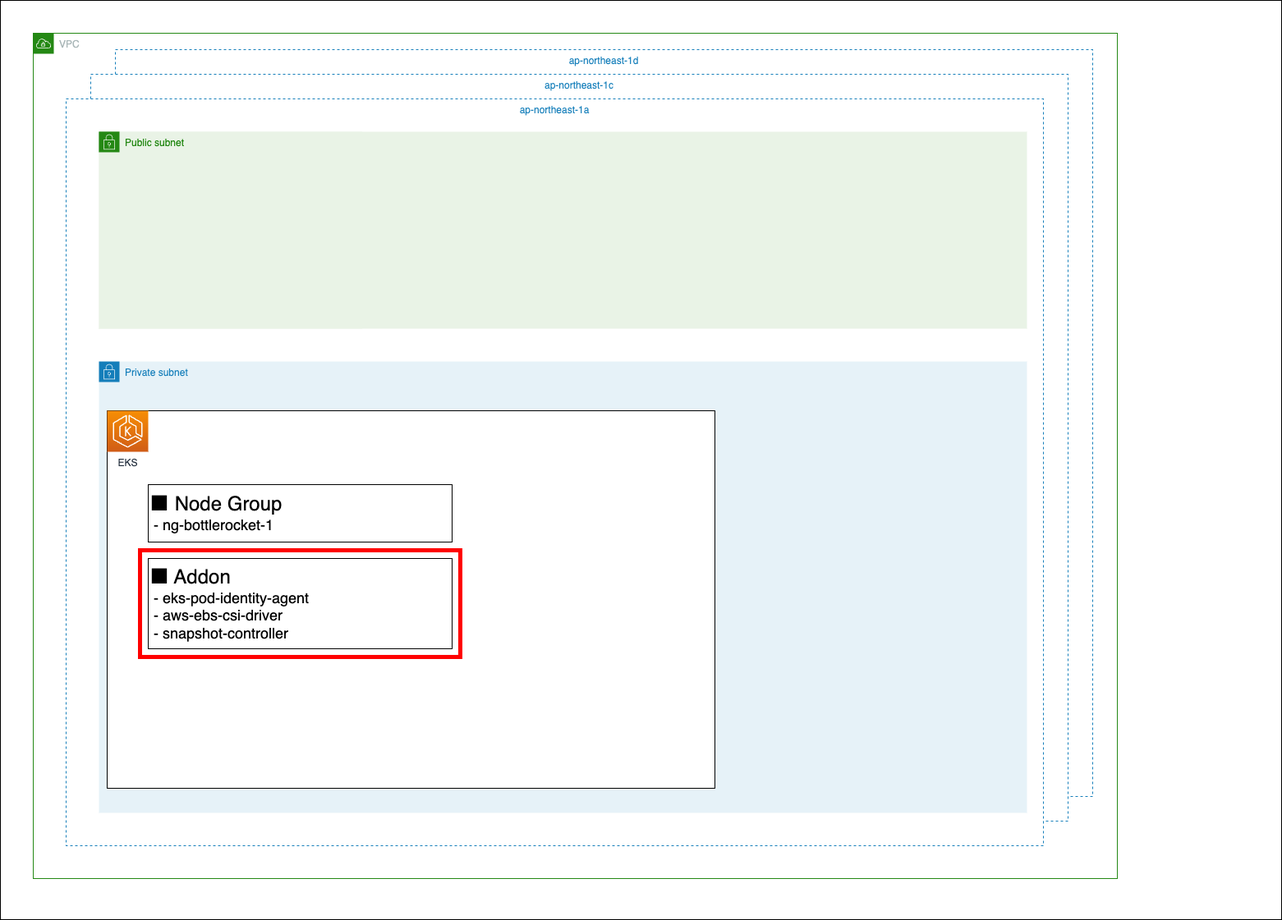
Before: docs/drawio/chapter_06/architecture.drawio.png, a diagram exported from draw.io (ng3rdstmadgke/terraform-tutorial-eks). Source tidied: cells renumbered, new cells last; positions are measured from the earlier drawing's top-left corner, leaving out a move shared by most shapes. The source it was exported from:
```xml
<mxGraphModel>
  <root>
    <mxCell id="0" />
    <mxCell id="1" parent="0" />
    <mxCell id="2" style="rounded=0;whiteSpace=wrap;html=1;" parent="1" vertex="1">
      <mxGeometry width="1560" height="1120" as="geometry" />
    </mxCell>
    <mxCell id="3" value="VPC" style="gradientColor=none;html=1;whiteSpace=wrap;fontSize=12;fontStyle=0;shape=mxgraph.aws4.group;grIcon=mxgraph.aws4.group_vpc;strokeColor=#248814;fillColor=none;verticalAlign=top;align=left;spacingLeft=30;fontColor=#AAB7B8;dashed=0;" parent="1" vertex="1">
      <mxGeometry x="40" y="40" width="1320" height="1030" as="geometry" />
    </mxCell>
    <mxCell id="4" value="ap-northeast-1d" style="fillColor=#FFFFFF;strokeColor=#147EBA;dashed=1;verticalAlign=top;fontStyle=0;fontColor=#147EBA;" parent="1" vertex="1">
      <mxGeometry x="140" y="60" width="1190" height="910" as="geometry" />
    </mxCell>
    <mxCell id="5" value="ap-northeast-1c" style="fillColor=#FFFFFF;strokeColor=#147EBA;dashed=1;verticalAlign=top;fontStyle=0;fontColor=#147EBA;" parent="1" vertex="1">
      <mxGeometry x="110" y="90" width="1190" height="910" as="geometry" />
    </mxCell>
    <mxCell id="6" value="ap-northeast-1a" style="fillColor=#FFFFFF;strokeColor=#147EBA;dashed=1;verticalAlign=top;fontStyle=0;fontColor=#147EBA;" parent="1" vertex="1">
      <mxGeometry x="80" y="120" width="1190" height="910" as="geometry" />
    </mxCell>
    <mxCell id="7" value="Public subnet" style="gradientColor=none;html=1;whiteSpace=wrap;fontSize=12;fontStyle=0;shape=mxgraph.aws4.group;grIcon=mxgraph.aws4.group_security_group;grStroke=0;strokeColor=#248814;fillColor=#E9F3E6;verticalAlign=top;align=left;spacingLeft=30;fontColor=#248814;dashed=0;" parent="1" vertex="1">
      <mxGeometry x="120" y="160" width="320" height="240" as="geometry" />
    </mxCell>
    <mxCell id="8" value="Private subnet" style="gradientColor=none;html=1;whiteSpace=wrap;fontSize=12;fontStyle=0;shape=mxgraph.aws4.group;grIcon=mxgraph.aws4.group_security_group;grStroke=0;strokeColor=#147EBA;fillColor=#E6F2F8;verticalAlign=top;align=left;spacingLeft=30;fontColor=#147EBA;dashed=0;" parent="1" vertex="1">
      <mxGeometry x="120" y="440" width="1130" height="550" as="geometry" />
    </mxCell>
    <mxCell id="9" style="verticalLabelPosition=bottom;verticalAlign=top;html=1;shape=mxgraph.basic.rect;fillColor2=none;strokeWidth=1;size=20;indent=5;" parent="1" vertex="1">
      <mxGeometry x="130" y="500" width="740" height="460" as="geometry" />
    </mxCell>
    <mxCell id="10" value="EKS" style="sketch=0;fontColor=#232F3E;gradientColor=#F78E04;gradientDirection=north;fillColor=#D05C17;strokeColor=#ffffff;dashed=0;verticalLabelPosition=bottom;verticalAlign=top;align=center;html=1;fontSize=12;fontStyle=0;shape=mxgraph.aws4.resourceIcon;resIcon=mxgraph.aws4.eks;" parent="1" vertex="1">
      <mxGeometry x="130" y="500" width="50" height="50" as="geometry" />
    </mxCell>
    <mxCell id="11" value="&lt;font style=&quot;&quot;&gt;&lt;font style=&quot;font-size: 24px;&quot;&gt;■ Addon&lt;/font&gt;&lt;br&gt;&lt;span style=&quot;font-size: 18px;&quot;&gt;&amp;nbsp;-&amp;nbsp;eks-pod-identity-agent&lt;/span&gt;&lt;br style=&quot;border-color: var(--border-color);&quot;&gt;&lt;span style=&quot;border-color: var(--border-color); font-size: 18px;&quot;&gt;&amp;nbsp;-&amp;nbsp;aws-ebs-csi-driver&lt;/span&gt;&lt;br style=&quot;border-color: var(--border-color);&quot;&gt;&lt;span style=&quot;border-color: var(--border-color); font-size: 18px;&quot;&gt;&amp;nbsp;-&amp;nbsp;snapshot-controller&lt;/span&gt;&lt;br&gt;&lt;/font&gt;" style="rounded=0;whiteSpace=wrap;html=1;labelBackgroundColor=#FFFFFF;fontSize=14;align=left;" parent="1" vertex="1">
      <mxGeometry x="180" y="680" width="370" height="110" as="geometry" />
    </mxCell>
    <mxCell id="12" value="Public subnet" style="gradientColor=none;html=1;whiteSpace=wrap;fontSize=12;fontStyle=0;shape=mxgraph.aws4.group;grIcon=mxgraph.aws4.group_security_group;grStroke=0;strokeColor=#248814;fillColor=#E9F3E6;verticalAlign=top;align=left;spacingLeft=30;fontColor=#248814;dashed=0;" parent="1" vertex="1">
      <mxGeometry x="120" y="160" width="1130" height="240" as="geometry" />
    </mxCell>
    <mxCell id="13" value="&lt;font style=&quot;&quot;&gt;&lt;font style=&quot;font-size: 24px;&quot;&gt;■ Node Group&lt;/font&gt;&lt;br&gt;&lt;span style=&quot;font-size: 18px;&quot;&gt;&amp;nbsp;-&amp;nbsp;ng-bottlerocket-1&lt;/span&gt;&lt;br&gt;&lt;/font&gt;" style="rounded=0;whiteSpace=wrap;html=1;labelBackgroundColor=#FFFFFF;fontSize=14;align=left;" parent="1" vertex="1">
      <mxGeometry x="180" y="590" width="370" height="70" as="geometry" />
    </mxCell>
    <mxCell id="14" style="rounded=0;whiteSpace=wrap;html=1;fillColor=none;strokeColor=#FF0000;strokeWidth=5;" parent="1" vertex="1">
      <mxGeometry x="170" y="670" width="390" height="130" as="geometry" />
    </mxCell>
  </root>
</mxGraphModel>
```
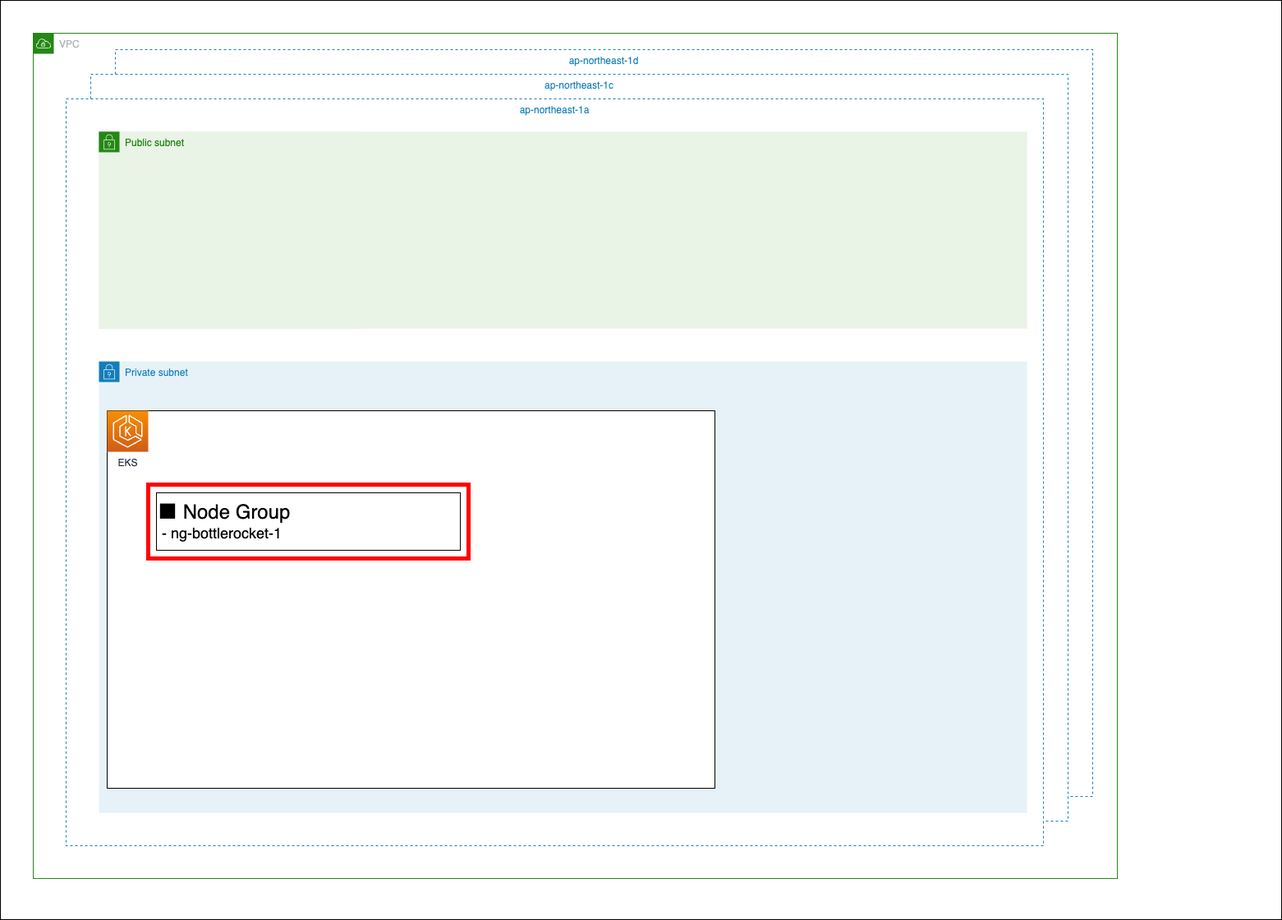
Above is the later version.

What changed in the source:
```diff
@@ -29,17 +29,14 @@
     <mxCell id="10" value="EKS" style="sketch=0;fontColor=#232F3E;gradientColor=#F78E04;gradientDirection=north;fillColor=#D05C17;strokeColor=#ffffff;dashed=0;verticalLabelPosition=bottom;verticalAlign=top;align=center;html=1;fontSize=12;fontStyle=0;shape=mxgraph.aws4.resourceIcon;resIcon=mxgraph.aws4.eks;" parent="1" vertex="1">
       <mxGeometry x="130" y="500" width="50" height="50" as="geometry" />
     </mxCell>
-    <mxCell id="11" value="&lt;font style=&quot;&quot;&gt;&lt;font style=&quot;font-size: 24px;&quot;&gt;■ Addon&lt;/font&gt;&lt;br&gt;&lt;span style=&quot;font-size: 18px;&quot;&gt;&amp;nbsp;-&amp;nbsp;eks-pod-identity-agent&lt;/span&gt;&lt;br style=&quot;border-color: var(--border-color);&quot;&gt;&lt;span style=&quot;border-color: var(--border-color); font-size: 18px;&quot;&gt;&amp;nbsp;-&amp;nbsp;aws-ebs-csi-driver&lt;/span&gt;&lt;br style=&quot;border-color: var(--border-color);&quot;&gt;&lt;span style=&quot;border-color: var(--border-color); font-size: 18px;&quot;&gt;&amp;nbsp;-&amp;nbsp;snapshot-controller&lt;/span&gt;&lt;br&gt;&lt;/font&gt;" style="rounded=0;whiteSpace=wrap;html=1;labelBackgroundColor=#FFFFFF;fontSize=14;align=left;" parent="1" vertex="1">
-      <mxGeometry x="180" y="680" width="370" height="110" as="geometry" />
-    </mxCell>
     <mxCell id="12" value="Public subnet" style="gradientColor=none;html=1;whiteSpace=wrap;fontSize=12;fontStyle=0;shape=mxgraph.aws4.group;grIcon=mxgraph.aws4.group_security_group;grStroke=0;strokeColor=#248814;fillColor=#E9F3E6;verticalAlign=top;align=left;spacingLeft=30;fontColor=#248814;dashed=0;" parent="1" vertex="1">
       <mxGeometry x="120" y="160" width="1130" height="240" as="geometry" />
     </mxCell>
     <mxCell id="13" value="&lt;font style=&quot;&quot;&gt;&lt;font style=&quot;font-size: 24px;&quot;&gt;■ Node Group&lt;/font&gt;&lt;br&gt;&lt;span style=&quot;font-size: 18px;&quot;&gt;&amp;nbsp;-&amp;nbsp;ng-bottlerocket-1&lt;/span&gt;&lt;br&gt;&lt;/font&gt;" style="rounded=0;whiteSpace=wrap;html=1;labelBackgroundColor=#FFFFFF;fontSize=14;align=left;" parent="1" vertex="1">
-      <mxGeometry x="180" y="590" width="370" height="70" as="geometry" />
+      <mxGeometry x="190" y="600" width="370" height="70" as="geometry" />
     </mxCell>
     <mxCell id="14" style="rounded=0;whiteSpace=wrap;html=1;fillColor=none;strokeColor=#FF0000;strokeWidth=5;" parent="1" vertex="1">
-      <mxGeometry x="170" y="670" width="390" height="130" as="geometry" />
+      <mxGeometry x="180" y="590" width="390" height="90" as="geometry" />
     </mxCell>
   </root>
 </mxGraphModel>
```
